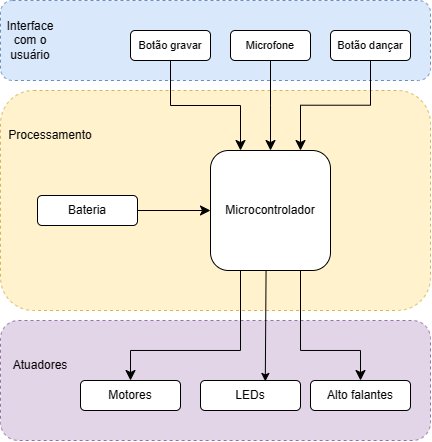
Before: projetos/cacto_dancante/images/diagrama_estrutural.png, a diagram exported from draw.io (vm-bertini/ea075-2023.1). Source tidied: cells renumbered, new cells last; positions are measured from the earlier drawing's top-left corner, leaving out a move shared by most shapes.
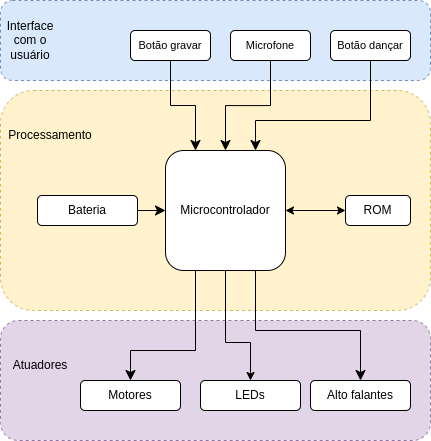
The same file after the commit.

Commit message:
Adicionar ROM no diagrama_estrutural.png

Change to the diagram source:
```diff
@@ -30,7 +30,7 @@
       <mxGeometry x="330" y="30" width="80" height="30" as="geometry" />
     </mxCell>
     <mxCell id="11" value="Microcontrolador" style="rounded=1;whiteSpace=wrap;html=1;" parent="1" vertex="1">
-      <mxGeometry x="210" y="150" width="120" height="120" as="geometry" />
+      <mxGeometry x="165" y="150" width="120" height="120" as="geometry" />
     </mxCell>
     <mxCell id="12" style="edgeStyle=orthogonalEdgeStyle;elbow=horizontal;endArrow=classic;html=1;rounded=0;endSize=8;startSize=8;exitX=0.5;exitY=1;exitDx=0;exitDy=0;entryX=0.25;entryY=0;entryDx=0;entryDy=0;" parent="1" edge="1" source="8" target="11">
       <mxGeometry relative="1" as="geometry" />
@@ -39,7 +39,11 @@
       <mxGeometry relative="1" as="geometry" />
     </mxCell>
     <mxCell id="14" style="edgeStyle=elbowEdgeStyle;elbow=vertical;endArrow=classic;html=1;curved=0;rounded=0;endSize=8;startSize=8;entryX=0.75;entryY=0;entryDx=0;entryDy=0;exitX=0.5;exitY=1;exitDx=0;exitDy=0;" parent="1" edge="1" source="10" target="11">
-      <mxGeometry relative="1" as="geometry" />
+      <mxGeometry relative="1" as="geometry">
+        <Array as="points">
+          <mxPoint x="310" y="120" />
+        </Array>
+      </mxGeometry>
     </mxCell>
     <mxCell id="15" value="Motores" style="rounded=1;whiteSpace=wrap;html=1;" parent="1" vertex="1">
       <mxGeometry x="80" y="380" width="100" height="30" as="geometry" />
@@ -47,7 +51,7 @@
     <mxCell id="16" style="edgeStyle=orthogonalEdgeStyle;elbow=horizontal;endArrow=classic;html=1;rounded=0;endSize=8;startSize=8;exitX=0.25;exitY=1;exitDx=0;exitDy=0;entryX=0.5;entryY=0;entryDx=0;entryDy=0;" parent="1" edge="1" source="11" target="15">
       <mxGeometry relative="1" as="geometry">
         <Array as="points">
-          <mxPoint x="240" y="350" />
+          <mxPoint x="195" y="350" />
           <mxPoint x="130" y="350" />
         </Array>
       </mxGeometry>
@@ -58,8 +62,8 @@
     <mxCell id="18" style="edgeStyle=orthogonalEdgeStyle;elbow=horizontal;endArrow=classic;html=1;rounded=0;endSize=8;startSize=8;entryX=0.5;entryY=0;entryDx=0;entryDy=0;exitX=0.75;exitY=1;exitDx=0;exitDy=0;" parent="1" edge="1" source="11" target="17">
       <mxGeometry relative="1" as="geometry">
         <Array as="points">
-          <mxPoint x="300" y="350" />
-          <mxPoint x="360" y="350" />
+          <mxPoint x="255" y="330" />
+          <mxPoint x="360" y="330" />
         </Array>
       </mxGeometry>
     </mxCell>
@@ -72,8 +76,19 @@
     <mxCell id="21" value="LEDs" style="rounded=1;whiteSpace=wrap;html=1;" parent="1" vertex="1">
       <mxGeometry x="200" y="380" width="100" height="30" as="geometry" />
     </mxCell>
-    <mxCell id="22" style="endArrow=classic;html=1;rounded=0;exitX=0.463;exitY=1.002;exitDx=0;exitDy=0;exitPerimeter=0;entryX=0.648;entryY=0.031;entryDx=0;entryDy=0;entryPerimeter=0;" parent="1" edge="1" source="11" target="21">
-      <mxGeometry relative="1" as="geometry" />
+    <mxCell id="22" style="endArrow=classic;html=1;rounded=0;exitX=0.5;exitY=1;exitDx=0;exitDy=0;entryX=0.5;entryY=0;entryDx=0;entryDy=0;" parent="1" edge="1" source="11" target="21">
+      <mxGeometry relative="1" as="geometry">
+        <Array as="points">
+          <mxPoint x="225" y="342" />
+          <mxPoint x="250" y="342" />
+        </Array>
+      </mxGeometry>
     </mxCell>
+    <mxCell id="23" value="ROM" style="rounded=1;whiteSpace=wrap;html=1;" parent="1" vertex="1">
+      <mxGeometry x="345" y="195" width="65" height="30" as="geometry" />
+    </mxCell>
+    <mxCell id="24" style="endArrow=classic;startArrow=classic;html=1;rounded=0;entryX=0;entryY=0.5;entryDx=0;entryDy=0;exitX=1;exitY=0.5;exitDx=0;exitDy=0;" parent="1" edge="1" source="11" target="23">
+      <mxGeometry relative="1" as="geometry" />
+    </mxCell>
   </root>
 </mxGraphModel>
```
